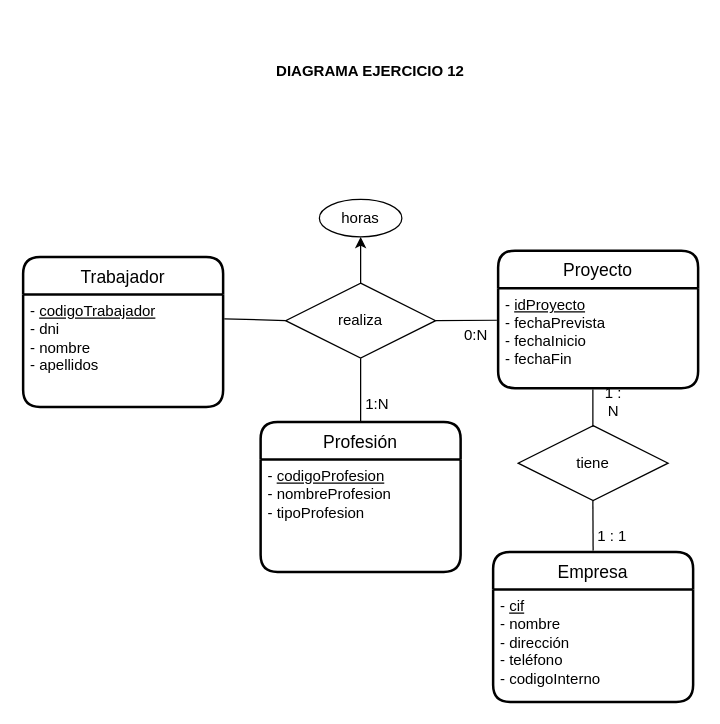
The draw.io diagram ex12.drawio in JuanMarinG/TA12_MYSQL, before the edit. Source tidied: cells renumbered, new cells numbered last; positions are measured from the earlier drawing's top-left corner, leaving out a move shared by most shapes. Both pictures are drawn from the tidied source at 125%, with x=0, y=0 at pixel (22, 21).
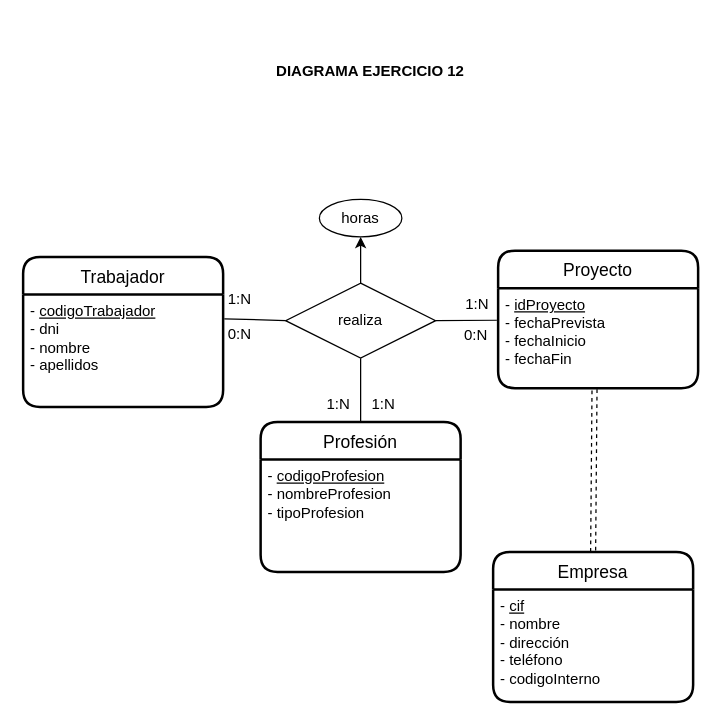
The same diagram, later.

Commit message:
Finalizar cardinalidades

The change refers to these unchanged cells:
```xml
<mxCell id="2" value="Empresa" style="swimlane;horizontal=1;startSize=30;rounded=1;fontSize=14;fontStyle=0;strokeWidth=2;shadow=0;dashed=0;align=center;" parent="1" vertex="1">
  <mxGeometry x="376" y="424" width="160" height="120" as="geometry" />
</mxCell>
<mxCell id="4" value="Proyecto" style="swimlane;horizontal=1;startSize=30;rounded=1;fontSize=14;fontStyle=0;strokeWidth=2;shadow=0;align=center;fillStyle=auto;gradientColor=none;swimlaneFillColor=none;fillColor=default;sketch=0;glass=0;swimlaneLine=1;perimeterSpacing=0;" parent="1" vertex="1">
  <mxGeometry x="380" y="183" width="160" height="110" as="geometry" />
</mxCell>
```

What changed in the source:
```diff
@@
     <mxCell id="5" value="- &lt;u&gt;idProyecto&lt;/u&gt;&lt;br&gt;- fechaPrevista&lt;br&gt;- fechaInicio&lt;br&gt;- fechaFin" style="text;html=1;align=left;verticalAlign=top;points=[];strokeColor=none;fillColor=none;spacingLeft=4;" parent="4" vertex="1">
-      <mxGeometry y="30" width="160" height="130" as="geometry" />
+      <mxGeometry y="30" width="160" height="80" as="geometry" />
     </mxCell>
-    <mxCell id="6" value="&lt;br&gt;" style="text;html=1;align=left;verticalAlign=top;strokeColor=none;fillColor=none;spacingLeft=4;" parent="4" vertex="1">
-      <mxGeometry y="160" width="160" height="-50" as="geometry" />
-    </mxCell>
@@
-    <mxCell id="15" value="tiene" style="shape=rhombus;perimeter=rhombusPerimeter;whiteSpace=wrap;html=1;align=center;" parent="1" vertex="1">
-      <mxGeometry x="396" y="323" width="120" height="60" as="geometry" />
-    </mxCell>
-    <mxCell id="16" style="endArrow=none;html=1;rounded=0;exitX=1;exitY=0.5;exitDx=0;exitDy=0;" parent="1" edge="1">
-      <mxGeometry relative="1" as="geometry">
-        <mxPoint x="455.8" y="294" as="sourcePoint" />
-        <mxPoint x="455.8" y="324" as="targetPoint" />
-      </mxGeometry>
-    </mxCell>
-    <mxCell id="17" style="endArrow=none;html=1;rounded=0;exitX=1;exitY=0.5;exitDx=0;exitDy=0;entryX=0.5;entryY=0;entryDx=0;entryDy=0;" parent="1" edge="1">
-      <mxGeometry relative="1" as="geometry">
-        <mxPoint x="455.8" y="383" as="sourcePoint" />
-        <mxPoint x="456" y="423" as="targetPoint" />
-      </mxGeometry>
-    </mxCell>
@@
-    <mxCell id="20" value="1 : N" style="text;html=1;strokeColor=none;fillColor=none;align=center;verticalAlign=middle;whiteSpace=wrap;rounded=0;" parent="1" vertex="1">
-      <mxGeometry x="459" y="296" width="27" height="16" as="geometry" />
-    </mxCell>
-    <mxCell id="21" value="1 : 1" style="text;html=1;strokeColor=none;fillColor=none;align=center;verticalAlign=middle;whiteSpace=wrap;rounded=0;" parent="1" vertex="1">
-      <mxGeometry x="458" y="404" width="27" height="16" as="geometry" />
-    </mxCell>
     <mxCell id="22" value="1:N" style="text;html=1;strokeColor=none;fillColor=none;align=center;verticalAlign=middle;whiteSpace=wrap;rounded=0;" parent="1" vertex="1">
-      <mxGeometry x="270" y="298" width="27" height="16" as="geometry" />
+      <mxGeometry x="275" y="298" width="27" height="16" as="geometry" />
     </mxCell>
@@
+    <mxCell id="25" value="0:N " style="text;html=1;align=center;verticalAlign=middle;strokeColor=none;fillColor=none;" parent="1" vertex="1">
+      <mxGeometry x="154" y="237" width="37" height="26" as="geometry" />
+    </mxCell>
+    <mxCell id="26" value="1:N " style="text;html=1;align=center;verticalAlign=middle;strokeColor=none;fillColor=none;" parent="1" vertex="1">
+      <mxGeometry x="233" y="293" width="37" height="26" as="geometry" />
+    </mxCell>
+    <mxCell id="27" value="1:N " style="text;html=1;align=center;verticalAlign=middle;strokeColor=none;fillColor=none;" parent="1" vertex="1">
+      <mxGeometry x="344" y="213" width="37" height="26" as="geometry" />
+    </mxCell>
+    <mxCell id="28" value="1:N " style="text;html=1;align=center;verticalAlign=middle;strokeColor=none;fillColor=none;" parent="1" vertex="1">
+      <mxGeometry x="154" y="209" width="37" height="26" as="geometry" />
+    </mxCell>
+    <mxCell id="29" style="endArrow=none;dashed=1;html=1;rounded=0;strokeColor=default;entryX=0.482;entryY=1.01;entryDx=0;entryDy=0;entryPerimeter=0;exitX=0.5;exitY=0;exitDx=0;exitDy=0;shape=link;" parent="1" edge="1" source="2" target="5">
+      <mxGeometry relative="1" as="geometry" />
+    </mxCell>
```
